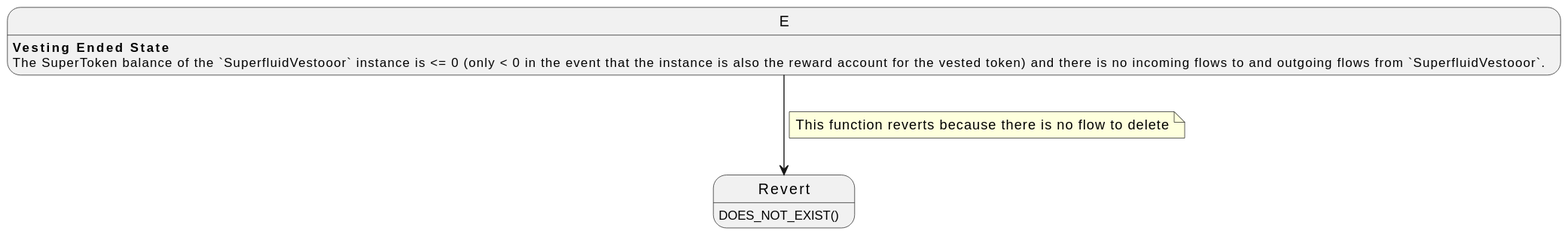
Before: superfluid-vester-a/evm-contracts/plantuml/vesting_ended_state.svg, a diagram exported from PlantUML (superfluid-finance/esg).
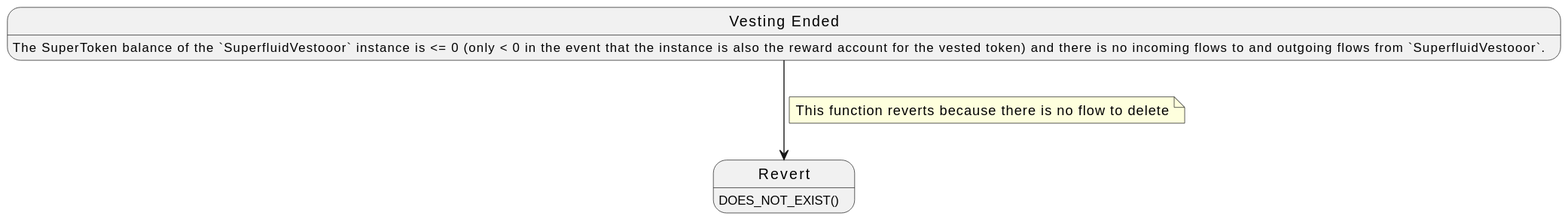
The same diagram one commit later.

What changed in the source:
```diff
@@ -1,5 +1,7 @@
 @startuml
-E : **Vesting Ended State**
+state E {
+state "Vesting Ended" as E
+}
 E : The SuperToken balance of the `SuperfluidVestooor` instance is <= 0 (only < 0 in the event that the instance is also the reward account for the vested token) and there is no incoming flows to and outgoing flows from `SuperfluidVestooor`.
 
 E --> Revert
```
